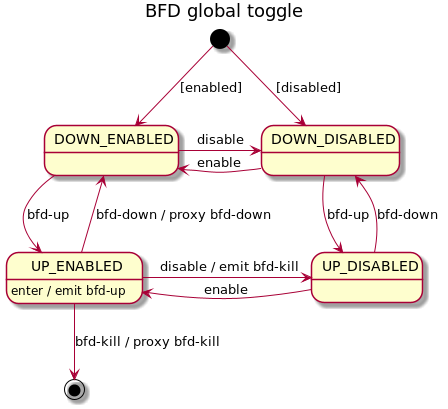
telstra/open-kilda keeps this PlantUML diagram as docs/design/network-discovery/bfd-global-toggle.png. Above is the earlier version.
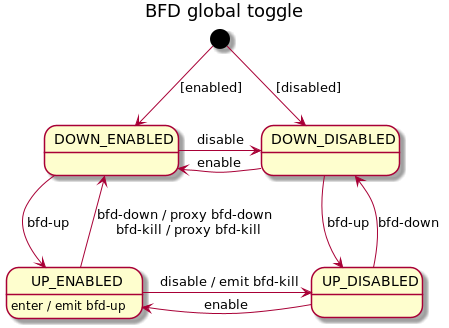
The same file after the commit.

Commit message:
Emit BFD-kill notification at the start of BFD-session remove

What changed in the source:
```diff
@@ -10,8 +10,7 @@
 DOWN_DISABLED --> UP_DISABLED : bfd-up
 
 UP_ENABLED -r-> UP_DISABLED : disable / emit bfd-kill
-UP_ENABLED -u-> DOWN_ENABLED : bfd-down / proxy bfd-down
-UP_ENABLED --> [*] : bfd-kill / proxy bfd-kill
+UP_ENABLED -u-> DOWN_ENABLED : bfd-down / proxy bfd-down\nbfd-kill / proxy bfd-kill
 UP_ENABLED : enter / emit bfd-up
 
 UP_DISABLED -l-> UP_ENABLED : enable
```
